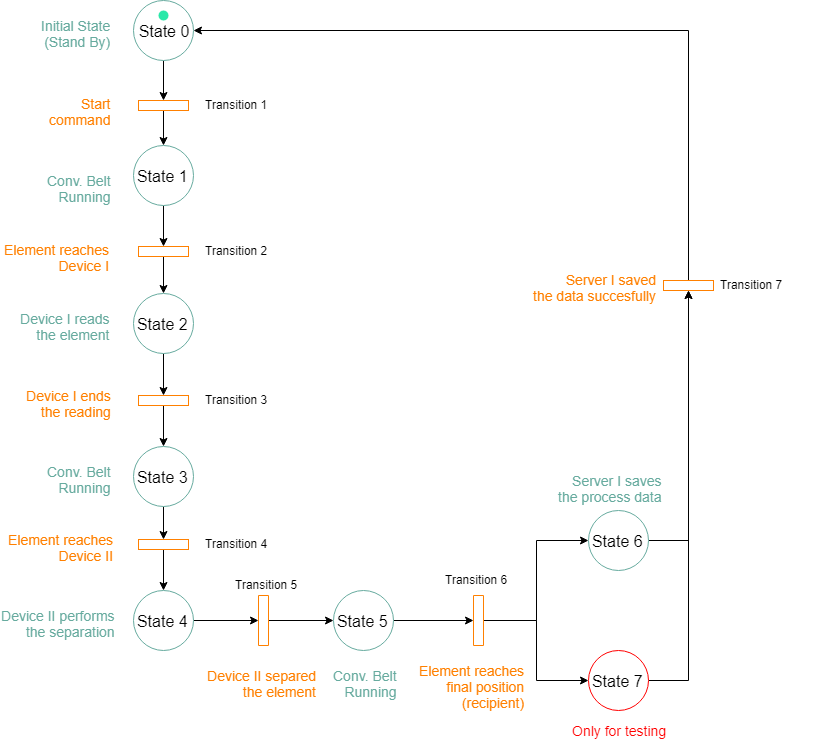
Earlier version of the draw.io export images/metal separation process ddm.png (sagilar/Automation-I4.0-Ontology). Source tidied: cells renumbered, new cells last; positions are measured from the earlier drawing's top-left corner, leaving out a move shared by most shapes. Its diagram source:
```xml
<mxGraphModel>
  <root>
    <mxCell id="0" />
    <mxCell id="1" parent="0" />
    <mxCell id="2" style="edgeStyle=orthogonalEdgeStyle;rounded=0;jettySize=auto;html=1;exitX=0.5;exitY=1;exitDx=0;exitDy=0;entryX=0.5;entryY=0;entryDx=0;entryDy=0;fontSize=16;" parent="1" edge="1" source="3" target="28">
      <mxGeometry relative="1" as="geometry" />
    </mxCell>
    <mxCell id="3" value="State 1&amp;nbsp;" style="ellipse;whiteSpace=wrap;html=1;fontSize=16;strokeColor=#67AB9F;" parent="1" vertex="1">
      <mxGeometry x="131" y="145" width="60" height="60" as="geometry" />
    </mxCell>
    <mxCell id="4" style="edgeStyle=orthogonalEdgeStyle;rounded=0;jettySize=auto;html=1;exitX=0.5;exitY=1;exitDx=0;exitDy=0;entryX=0.5;entryY=0;entryDx=0;entryDy=0;fontSize=16;" parent="1" edge="1" source="5" target="24">
      <mxGeometry relative="1" as="geometry" />
    </mxCell>
    <mxCell id="5" value="State 0" style="ellipse;whiteSpace=wrap;html=1;fontSize=16;strokeColor=#67AB9F;" parent="1" vertex="1">
      <mxGeometry x="131" width="60" height="60" as="geometry" />
    </mxCell>
    <mxCell id="6" style="edgeStyle=orthogonalEdgeStyle;rounded=0;jettySize=auto;html=1;exitX=1;exitY=0.5;exitDx=0;exitDy=0;entryX=0.5;entryY=1;entryDx=0;entryDy=0;fontSize=16;" parent="1" edge="1" source="7" target="20">
      <mxGeometry relative="1" as="geometry" />
    </mxCell>
    <mxCell id="7" value="State 5&amp;nbsp;" style="ellipse;whiteSpace=wrap;html=1;fontSize=16;strokeColor=#67AB9F;" parent="1" vertex="1">
      <mxGeometry x="331" y="590" width="60" height="60" as="geometry" />
    </mxCell>
    <mxCell id="8" style="edgeStyle=orthogonalEdgeStyle;rounded=0;jettySize=auto;html=1;exitX=1;exitY=0.5;exitDx=0;exitDy=0;entryX=0.5;entryY=1;entryDx=0;entryDy=0;fontSize=16;" parent="1" edge="1" source="9" target="32">
      <mxGeometry relative="1" as="geometry" />
    </mxCell>
    <mxCell id="9" value="State 7&amp;nbsp;" style="ellipse;whiteSpace=wrap;html=1;fontSize=16;strokeColor=#FF0000;" parent="1" vertex="1">
      <mxGeometry x="586" y="650" width="60" height="60" as="geometry" />
    </mxCell>
    <mxCell id="10" style="edgeStyle=orthogonalEdgeStyle;rounded=0;jettySize=auto;html=1;exitX=1;exitY=0.5;exitDx=0;exitDy=0;entryX=0.5;entryY=1;entryDx=0;entryDy=0;fontSize=16;" parent="1" edge="1" source="11" target="32">
      <mxGeometry relative="1" as="geometry" />
    </mxCell>
    <mxCell id="11" value="State 6&amp;nbsp;" style="ellipse;whiteSpace=wrap;html=1;fontSize=16;strokeColor=#67AB9F;" parent="1" vertex="1">
      <mxGeometry x="586" y="510" width="60" height="60" as="geometry" />
    </mxCell>
    <mxCell id="12" style="edgeStyle=orthogonalEdgeStyle;rounded=0;jettySize=auto;html=1;exitX=1;exitY=0.5;exitDx=0;exitDy=0;entryX=0.5;entryY=1;entryDx=0;entryDy=0;fontSize=16;" parent="1" edge="1" source="13" target="26">
      <mxGeometry relative="1" as="geometry" />
    </mxCell>
    <mxCell id="13" value="State 4&amp;nbsp;" style="ellipse;whiteSpace=wrap;html=1;fontSize=16;strokeColor=#67AB9F;" parent="1" vertex="1">
      <mxGeometry x="131" y="590" width="60" height="60" as="geometry" />
    </mxCell>
    <mxCell id="14" style="edgeStyle=orthogonalEdgeStyle;rounded=0;jettySize=auto;html=1;exitX=0.5;exitY=1;exitDx=0;exitDy=0;entryX=0.5;entryY=0;entryDx=0;entryDy=0;fontSize=16;" parent="1" edge="1" source="15" target="22">
      <mxGeometry relative="1" as="geometry" />
    </mxCell>
    <mxCell id="15" value="State 3&amp;nbsp;" style="ellipse;whiteSpace=wrap;html=1;fontSize=16;strokeColor=#67AB9F;" parent="1" vertex="1">
      <mxGeometry x="131" y="446" width="60" height="60" as="geometry" />
    </mxCell>
    <mxCell id="16" style="edgeStyle=orthogonalEdgeStyle;rounded=0;jettySize=auto;html=1;exitX=0.5;exitY=1;exitDx=0;exitDy=0;entryX=0.5;entryY=0;entryDx=0;entryDy=0;fontSize=16;" parent="1" edge="1" source="17" target="30">
      <mxGeometry relative="1" as="geometry" />
    </mxCell>
    <mxCell id="17" value="State 2&amp;nbsp;" style="ellipse;whiteSpace=wrap;html=1;fontSize=16;strokeColor=#67AB9F;" parent="1" vertex="1">
      <mxGeometry x="131" y="293" width="60" height="60" as="geometry" />
    </mxCell>
    <mxCell id="18" style="edgeStyle=orthogonalEdgeStyle;rounded=0;jettySize=auto;html=1;exitX=0.5;exitY=0;exitDx=0;exitDy=0;entryX=0;entryY=0.5;entryDx=0;entryDy=0;fontSize=16;" parent="1" edge="1" source="20" target="9">
      <mxGeometry relative="1" as="geometry" />
    </mxCell>
    <mxCell id="19" style="edgeStyle=orthogonalEdgeStyle;rounded=0;jettySize=auto;html=1;exitX=0.5;exitY=0;exitDx=0;exitDy=0;entryX=0;entryY=0.5;entryDx=0;entryDy=0;fontSize=16;" parent="1" edge="1" source="20" target="11">
      <mxGeometry relative="1" as="geometry" />
    </mxCell>
    <mxCell id="20" style="rounded=0;whiteSpace=wrap;html=1;fontSize=16;rotation=90;strokeColor=#FF8000;" parent="1" vertex="1">
      <mxGeometry x="451" y="615" width="50" height="10" as="geometry" />
    </mxCell>
    <mxCell id="21" style="edgeStyle=orthogonalEdgeStyle;rounded=0;jettySize=auto;html=1;exitX=0.5;exitY=1;exitDx=0;exitDy=0;entryX=0.5;entryY=0;entryDx=0;entryDy=0;fontSize=16;" parent="1" edge="1" source="22" target="13">
      <mxGeometry relative="1" as="geometry" />
    </mxCell>
    <mxCell id="22" style="rounded=0;whiteSpace=wrap;html=1;fontSize=16;strokeColor=#FF8000;" parent="1" vertex="1">
      <mxGeometry x="136" y="539" width="50" height="10" as="geometry" />
    </mxCell>
    <mxCell id="23" style="edgeStyle=orthogonalEdgeStyle;rounded=0;jettySize=auto;html=1;exitX=0.5;exitY=1;exitDx=0;exitDy=0;entryX=0.5;entryY=0;entryDx=0;entryDy=0;fontSize=16;" parent="1" edge="1" source="24" target="3">
      <mxGeometry relative="1" as="geometry" />
    </mxCell>
    <mxCell id="24" style="rounded=0;whiteSpace=wrap;html=1;fontSize=16;strokeColor=#FF8000;" parent="1" vertex="1">
      <mxGeometry x="136" y="100" width="50" height="10" as="geometry" />
    </mxCell>
    <mxCell id="25" style="edgeStyle=orthogonalEdgeStyle;rounded=0;jettySize=auto;html=1;exitX=0.5;exitY=0;exitDx=0;exitDy=0;entryX=0;entryY=0.5;entryDx=0;entryDy=0;fontSize=16;" parent="1" edge="1" source="26" target="7">
      <mxGeometry relative="1" as="geometry" />
    </mxCell>
    <mxCell id="26" style="rounded=0;whiteSpace=wrap;html=1;fontSize=16;rotation=90;strokeColor=#FF8000;" parent="1" vertex="1">
      <mxGeometry x="236" y="615" width="50" height="10" as="geometry" />
    </mxCell>
    <mxCell id="27" style="edgeStyle=orthogonalEdgeStyle;rounded=0;jettySize=auto;html=1;exitX=0.5;exitY=1;exitDx=0;exitDy=0;entryX=0.5;entryY=0;entryDx=0;entryDy=0;fontSize=16;" parent="1" edge="1" source="28" target="17">
      <mxGeometry relative="1" as="geometry" />
    </mxCell>
    <mxCell id="28" style="rounded=0;whiteSpace=wrap;html=1;fontSize=16;strokeColor=#FF8000;" parent="1" vertex="1">
      <mxGeometry x="136" y="246" width="50" height="10" as="geometry" />
    </mxCell>
    <mxCell id="29" style="edgeStyle=orthogonalEdgeStyle;rounded=0;jettySize=auto;html=1;exitX=0.5;exitY=1;exitDx=0;exitDy=0;entryX=0.5;entryY=0;entryDx=0;entryDy=0;fontSize=16;" parent="1" edge="1" source="30" target="15">
      <mxGeometry relative="1" as="geometry" />
    </mxCell>
    <mxCell id="30" style="rounded=0;whiteSpace=wrap;html=1;fontSize=16;strokeColor=#FF8000;" parent="1" vertex="1">
      <mxGeometry x="136" y="395" width="50" height="10" as="geometry" />
    </mxCell>
    <mxCell id="31" style="edgeStyle=orthogonalEdgeStyle;rounded=0;jettySize=auto;html=1;exitX=0.5;exitY=0;exitDx=0;exitDy=0;entryX=1;entryY=0.5;entryDx=0;entryDy=0;fontSize=16;" parent="1" edge="1" source="32" target="5">
      <mxGeometry relative="1" as="geometry" />
    </mxCell>
    <mxCell id="32" style="rounded=0;whiteSpace=wrap;html=1;fontSize=16;strokeColor=#FF8000;" parent="1" vertex="1">
      <mxGeometry x="661" y="280" width="50" height="10" as="geometry" />
    </mxCell>
    <mxCell id="33" value="Transition 1" style="text;html=1;align=left;verticalAlign=top;spacingTop=-4;fontSize=12;" parent="1" vertex="1">
      <mxGeometry x="201" y="95" width="100" height="20" as="geometry" />
    </mxCell>
    <mxCell id="34" value="Transition 2" style="text;html=1;align=left;verticalAlign=top;spacingTop=-4;fontSize=12;" parent="1" vertex="1">
      <mxGeometry x="201" y="241" width="100" height="20" as="geometry" />
    </mxCell>
    <mxCell id="35" value="Transition 3" style="text;html=1;align=left;verticalAlign=top;spacingTop=-4;fontSize=12;" parent="1" vertex="1">
      <mxGeometry x="201" y="390" width="100" height="20" as="geometry" />
    </mxCell>
    <mxCell id="36" value="Transition 4" style="text;html=1;align=left;verticalAlign=top;spacingTop=-4;fontSize=12;" parent="1" vertex="1">
      <mxGeometry x="201" y="534" width="100" height="20" as="geometry" />
    </mxCell>
    <mxCell id="37" value="Transition 5" style="text;html=1;align=left;verticalAlign=top;spacingTop=-4;fontSize=12;rotation=0;" parent="1" vertex="1">
      <mxGeometry x="231" y="574.5" width="100" height="20" as="geometry" />
    </mxCell>
    <mxCell id="38" value="Transition 7" style="text;html=1;align=left;verticalAlign=top;spacingTop=-4;fontSize=12;" parent="1" vertex="1">
      <mxGeometry x="716" y="275" width="100" height="20" as="geometry" />
    </mxCell>
    <mxCell id="39" value="Transition 6" style="text;html=1;align=left;verticalAlign=top;spacingTop=-4;fontSize=12;rotation=0;" parent="1" vertex="1">
      <mxGeometry x="441" y="570" width="100" height="20" as="geometry" />
    </mxCell>
    <mxCell id="40" value="Initial State&lt;br style=&quot;font-size: 14px;&quot;&gt;(Stand By)&lt;br style=&quot;font-size: 14px;&quot;&gt;" style="text;html=1;align=right;verticalAlign=top;spacingTop=-4;fontSize=14;fillColor=none;strokeColor=none;fontColor=#67AB9F;" parent="1" vertex="1">
      <mxGeometry x="40" y="15" width="70" height="30" as="geometry" />
    </mxCell>
    <mxCell id="41" value="Start&lt;br&gt;command&lt;br style=&quot;font-size: 14px&quot;&gt;" style="text;html=1;align=right;verticalAlign=top;spacingTop=-4;fontSize=14;fontColor=#FF8000;" parent="1" vertex="1">
      <mxGeometry x="30" y="92.5" width="80" height="30" as="geometry" />
    </mxCell>
    <mxCell id="42" value="Conv. Belt&lt;br style=&quot;font-size: 14px;&quot;&gt;Running&lt;br style=&quot;font-size: 14px;&quot;&gt;" style="text;html=1;align=right;verticalAlign=top;spacingTop=-4;fontSize=14;fontColor=#67AB9F;" parent="1" vertex="1">
      <mxGeometry x="40" y="170" width="70" height="30" as="geometry" />
    </mxCell>
    <mxCell id="43" value="Element reaches&lt;br style=&quot;font-size: 14px;&quot;&gt;Device I&lt;br style=&quot;font-size: 14px;&quot;&gt;" style="text;html=1;align=right;verticalAlign=top;spacingTop=-4;fontSize=14;fontColor=#FF8000;" parent="1" vertex="1">
      <mxGeometry y="239" width="110" height="30" as="geometry" />
    </mxCell>
    <mxCell id="44" value="Device I reads&lt;br style=&quot;font-size: 14px;&quot;&gt;the element&lt;br style=&quot;font-size: 14px;&quot;&gt;" style="text;html=1;align=right;verticalAlign=top;spacingTop=-4;fontSize=14;fontColor=#67AB9F;" parent="1" vertex="1">
      <mxGeometry x="20" y="308" width="90" height="30" as="geometry" />
    </mxCell>
    <mxCell id="45" value="Device I ends&lt;br style=&quot;font-size: 14px;&quot;&gt;the reading&lt;br style=&quot;font-size: 14px;&quot;&gt;" style="text;html=1;align=right;verticalAlign=top;spacingTop=-4;fontSize=14;fontColor=#FF8000;" parent="1" vertex="1">
      <mxGeometry x="20" y="384.5" width="90" height="30" as="geometry" />
    </mxCell>
    <mxCell id="46" value="Conv. Belt&lt;br style=&quot;font-size: 14px;&quot;&gt;Running&lt;br style=&quot;font-size: 14px;&quot;&gt;" style="text;html=1;align=right;verticalAlign=top;spacingTop=-4;fontSize=14;fontColor=#67AB9F;" parent="1" vertex="1">
      <mxGeometry x="40" y="461" width="70" height="30" as="geometry" />
    </mxCell>
    <mxCell id="47" value="Element reaches&lt;br style=&quot;font-size: 14px;&quot;&gt;Device II&lt;br style=&quot;font-size: 14px;&quot;&gt;" style="text;html=1;align=right;verticalAlign=top;spacingTop=-4;fontSize=14;fontColor=#FF8000;" parent="1" vertex="1">
      <mxGeometry x="4" y="529" width="110" height="30" as="geometry" />
    </mxCell>
    <mxCell id="48" value="Device II performs&lt;br style=&quot;font-size: 14px;&quot;&gt;the separation&lt;br style=&quot;font-size: 14px;&quot;&gt;" style="text;html=1;align=right;verticalAlign=top;spacingTop=-4;fontSize=14;fontColor=#67AB9F;" parent="1" vertex="1">
      <mxGeometry x="4" y="605" width="110" height="30" as="geometry" />
    </mxCell>
    <mxCell id="49" value="Device II separed&lt;br style=&quot;font-size: 14px;&quot;&gt;the element&lt;br style=&quot;font-size: 14px;&quot;&gt;" style="text;html=1;align=right;verticalAlign=top;spacingTop=-4;fontSize=14;fontColor=#FF8000;" parent="1" vertex="1">
      <mxGeometry x="206" y="665" width="110" height="30" as="geometry" />
    </mxCell>
    <mxCell id="50" value="Conv. Belt&lt;br style=&quot;font-size: 14px;&quot;&gt;Running&lt;br style=&quot;font-size: 14px;&quot;&gt;" style="text;html=1;align=right;verticalAlign=top;spacingTop=-4;fontSize=14;fontColor=#67AB9F;" parent="1" vertex="1">
      <mxGeometry x="326" y="665" width="70" height="30" as="geometry" />
    </mxCell>
    <mxCell id="51" value="Element reaches&lt;br style=&quot;font-size: 14px;&quot;&gt;final position&lt;br style=&quot;font-size: 14px;&quot;&gt;(recipient)&lt;br style=&quot;font-size: 14px;&quot;&gt;" style="text;html=1;align=right;verticalAlign=top;spacingTop=-4;fontSize=14;fontColor=#FF8000;" parent="1" vertex="1">
      <mxGeometry x="415" y="660" width="110" height="40" as="geometry" />
    </mxCell>
    <mxCell id="52" value="Server I saves&lt;br style=&quot;font-size: 14px;&quot;&gt;the process data&lt;br style=&quot;font-size: 14px;&quot;&gt;" style="text;html=1;align=right;verticalAlign=top;spacingTop=-4;fontSize=14;fontColor=#67AB9F;" parent="1" vertex="1">
      <mxGeometry x="561" y="470" width="100" height="30" as="geometry" />
    </mxCell>
    <mxCell id="53" value="Only for testing&lt;br style=&quot;font-size: 14px&quot;&gt;" style="text;html=1;align=right;verticalAlign=top;spacingTop=-4;fontSize=14;fontColor=#FF0000;" parent="1" vertex="1">
      <mxGeometry x="556" y="720" width="110" height="20" as="geometry" />
    </mxCell>
    <mxCell id="54" value="Server I saved&lt;br style=&quot;font-size: 14px;&quot;&gt;the data succesfully&lt;br style=&quot;font-size: 14px;&quot;&gt;" style="text;html=1;align=right;verticalAlign=top;spacingTop=-4;fontSize=14;fontColor=#FF8000;" parent="1" vertex="1">
      <mxGeometry x="536" y="269" width="120" height="30" as="geometry" />
    </mxCell>
    <mxCell id="55" style="ellipse;whiteSpace=wrap;html=1;strokeColor=none;fillColor=#2AE8A9;fontSize=14;fontColor=#FF8000;align=right;" parent="1" vertex="1">
      <mxGeometry x="156" y="10" width="10" height="10" as="geometry" />
    </mxCell>
  </root>
</mxGraphModel>
```
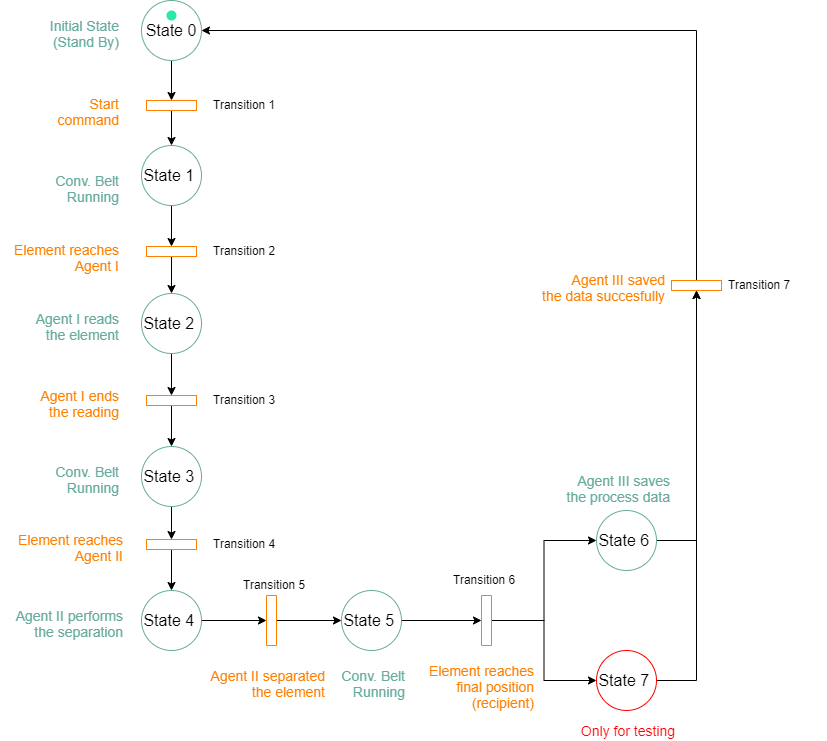
The same file after the commit.

Diff of the diagram source:
```diff
@@ -125,26 +125,26 @@
     <mxCell id="42" value="Conv. Belt&lt;br style=&quot;font-size: 14px;&quot;&gt;Running&lt;br style=&quot;font-size: 14px;&quot;&gt;" style="text;html=1;align=right;verticalAlign=top;spacingTop=-4;fontSize=14;fontColor=#67AB9F;" parent="1" vertex="1">
       <mxGeometry x="40" y="170" width="70" height="30" as="geometry" />
     </mxCell>
-    <mxCell id="43" value="Element reaches&lt;br style=&quot;font-size: 14px;&quot;&gt;Device I&lt;br style=&quot;font-size: 14px;&quot;&gt;" style="text;html=1;align=right;verticalAlign=top;spacingTop=-4;fontSize=14;fontColor=#FF8000;" parent="1" vertex="1">
-      <mxGeometry y="239" width="110" height="30" as="geometry" />
+    <mxCell id="43" value="Element reaches&lt;br style=&quot;font-size: 14px&quot;&gt;Agent I" style="text;html=1;align=right;verticalAlign=top;spacingTop=-4;fontSize=14;fontColor=#FF8000;" parent="1" vertex="1">
+      <mxGeometry x="-10" y="239" width="120" height="40" as="geometry" />
     </mxCell>
-    <mxCell id="44" value="Device I reads&lt;br style=&quot;font-size: 14px;&quot;&gt;the element&lt;br style=&quot;font-size: 14px;&quot;&gt;" style="text;html=1;align=right;verticalAlign=top;spacingTop=-4;fontSize=14;fontColor=#67AB9F;" parent="1" vertex="1">
-      <mxGeometry x="20" y="308" width="90" height="30" as="geometry" />
+    <mxCell id="44" value="Agent I reads&lt;br style=&quot;font-size: 14px&quot;&gt;the element" style="text;html=1;align=right;verticalAlign=top;spacingTop=-4;fontSize=14;fontColor=#67AB9F;" parent="1" vertex="1">
+      <mxGeometry x="10" y="308" width="100" height="40" as="geometry" />
     </mxCell>
-    <mxCell id="45" value="Device I ends&lt;br style=&quot;font-size: 14px;&quot;&gt;the reading&lt;br style=&quot;font-size: 14px;&quot;&gt;" style="text;html=1;align=right;verticalAlign=top;spacingTop=-4;fontSize=14;fontColor=#FF8000;" parent="1" vertex="1">
-      <mxGeometry x="20" y="384.5" width="90" height="30" as="geometry" />
+    <mxCell id="45" value="Agent I ends&lt;br style=&quot;font-size: 14px&quot;&gt;the reading" style="text;html=1;align=right;verticalAlign=top;spacingTop=-4;fontSize=14;fontColor=#FF8000;" parent="1" vertex="1">
+      <mxGeometry x="20" y="384.5" width="90" height="40" as="geometry" />
     </mxCell>
     <mxCell id="46" value="Conv. Belt&lt;br style=&quot;font-size: 14px;&quot;&gt;Running&lt;br style=&quot;font-size: 14px;&quot;&gt;" style="text;html=1;align=right;verticalAlign=top;spacingTop=-4;fontSize=14;fontColor=#67AB9F;" parent="1" vertex="1">
       <mxGeometry x="40" y="461" width="70" height="30" as="geometry" />
     </mxCell>
-    <mxCell id="47" value="Element reaches&lt;br style=&quot;font-size: 14px;&quot;&gt;Device II&lt;br style=&quot;font-size: 14px;&quot;&gt;" style="text;html=1;align=right;verticalAlign=top;spacingTop=-4;fontSize=14;fontColor=#FF8000;" parent="1" vertex="1">
-      <mxGeometry x="4" y="529" width="110" height="30" as="geometry" />
+    <mxCell id="47" value="Element reaches&lt;br style=&quot;font-size: 14px&quot;&gt;Agent II" style="text;html=1;align=right;verticalAlign=top;spacingTop=-4;fontSize=14;fontColor=#FF8000;" parent="1" vertex="1">
+      <mxGeometry x="-6" y="529" width="120" height="40" as="geometry" />
     </mxCell>
-    <mxCell id="48" value="Device II performs&lt;br style=&quot;font-size: 14px;&quot;&gt;the separation&lt;br style=&quot;font-size: 14px;&quot;&gt;" style="text;html=1;align=right;verticalAlign=top;spacingTop=-4;fontSize=14;fontColor=#67AB9F;" parent="1" vertex="1">
-      <mxGeometry x="4" y="605" width="110" height="30" as="geometry" />
+    <mxCell id="48" value="Agent II performs&lt;br style=&quot;font-size: 14px&quot;&gt;the separation" style="text;html=1;align=right;verticalAlign=top;spacingTop=-4;fontSize=14;fontColor=#67AB9F;" parent="1" vertex="1">
+      <mxGeometry x="-6" y="605" width="120" height="40" as="geometry" />
     </mxCell>
-    <mxCell id="49" value="Device II separed&lt;br style=&quot;font-size: 14px;&quot;&gt;the element&lt;br style=&quot;font-size: 14px;&quot;&gt;" style="text;html=1;align=right;verticalAlign=top;spacingTop=-4;fontSize=14;fontColor=#FF8000;" parent="1" vertex="1">
-      <mxGeometry x="206" y="665" width="110" height="30" as="geometry" />
+    <mxCell id="49" value="Agent II separated&lt;br style=&quot;font-size: 14px&quot;&gt;the element" style="text;html=1;align=right;verticalAlign=top;spacingTop=-4;fontSize=14;fontColor=#FF8000;" parent="1" vertex="1">
+      <mxGeometry x="186" y="665" width="130" height="40" as="geometry" />
     </mxCell>
     <mxCell id="50" value="Conv. Belt&lt;br style=&quot;font-size: 14px;&quot;&gt;Running&lt;br style=&quot;font-size: 14px;&quot;&gt;" style="text;html=1;align=right;verticalAlign=top;spacingTop=-4;fontSize=14;fontColor=#67AB9F;" parent="1" vertex="1">
       <mxGeometry x="326" y="665" width="70" height="30" as="geometry" />
@@ -152,14 +152,14 @@
     <mxCell id="51" value="Element reaches&lt;br style=&quot;font-size: 14px;&quot;&gt;final position&lt;br style=&quot;font-size: 14px;&quot;&gt;(recipient)&lt;br style=&quot;font-size: 14px;&quot;&gt;" style="text;html=1;align=right;verticalAlign=top;spacingTop=-4;fontSize=14;fontColor=#FF8000;" parent="1" vertex="1">
       <mxGeometry x="415" y="660" width="110" height="40" as="geometry" />
     </mxCell>
-    <mxCell id="52" value="Server I saves&lt;br style=&quot;font-size: 14px;&quot;&gt;the process data&lt;br style=&quot;font-size: 14px;&quot;&gt;" style="text;html=1;align=right;verticalAlign=top;spacingTop=-4;fontSize=14;fontColor=#67AB9F;" parent="1" vertex="1">
-      <mxGeometry x="561" y="470" width="100" height="30" as="geometry" />
+    <mxCell id="52" value="Agent III saves&lt;br style=&quot;font-size: 14px&quot;&gt;the process data" style="text;html=1;align=right;verticalAlign=top;spacingTop=-4;fontSize=14;fontColor=#67AB9F;" parent="1" vertex="1">
+      <mxGeometry x="541" y="470" width="120" height="40" as="geometry" />
     </mxCell>
     <mxCell id="53" value="Only for testing&lt;br style=&quot;font-size: 14px&quot;&gt;" style="text;html=1;align=right;verticalAlign=top;spacingTop=-4;fontSize=14;fontColor=#FF0000;" parent="1" vertex="1">
       <mxGeometry x="556" y="720" width="110" height="20" as="geometry" />
     </mxCell>
-    <mxCell id="54" value="Server I saved&lt;br style=&quot;font-size: 14px;&quot;&gt;the data succesfully&lt;br style=&quot;font-size: 14px;&quot;&gt;" style="text;html=1;align=right;verticalAlign=top;spacingTop=-4;fontSize=14;fontColor=#FF8000;" parent="1" vertex="1">
-      <mxGeometry x="536" y="269" width="120" height="30" as="geometry" />
+    <mxCell id="54" value="Agent III saved&lt;br style=&quot;font-size: 14px&quot;&gt;the data succesfully" style="text;html=1;align=right;verticalAlign=top;spacingTop=-4;fontSize=14;fontColor=#FF8000;" parent="1" vertex="1">
+      <mxGeometry x="516" y="269" width="140" height="40" as="geometry" />
     </mxCell>
     <mxCell id="55" style="ellipse;whiteSpace=wrap;html=1;strokeColor=none;fillColor=#2AE8A9;fontSize=14;fontColor=#FF8000;align=right;" parent="1" vertex="1">
       <mxGeometry x="156" y="10" width="10" height="10" as="geometry" />
```
